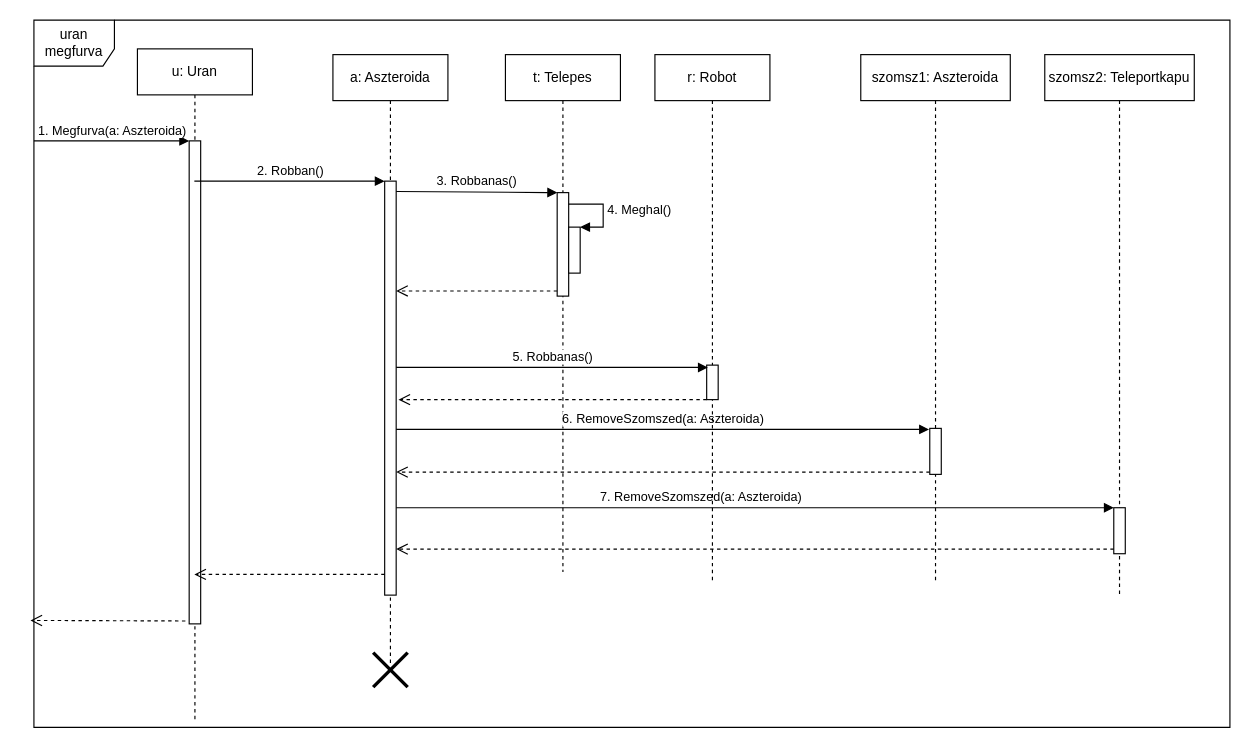
Earlier version of the draw.io diagram page "aszteroida robban" (2 of 5) of doc/szekvencia/szek_UranLerak.drawio (torpeBoiGo/aszteroidabanyaszat). Source tidied: cells renumbered, new cells numbered last; positions are measured from the earlier drawing's top-left corner, leaving out a move shared by most shapes. Both pictures are drawn from the tidied source at 115%, with x=0, y=0 at pixel (30, 20).
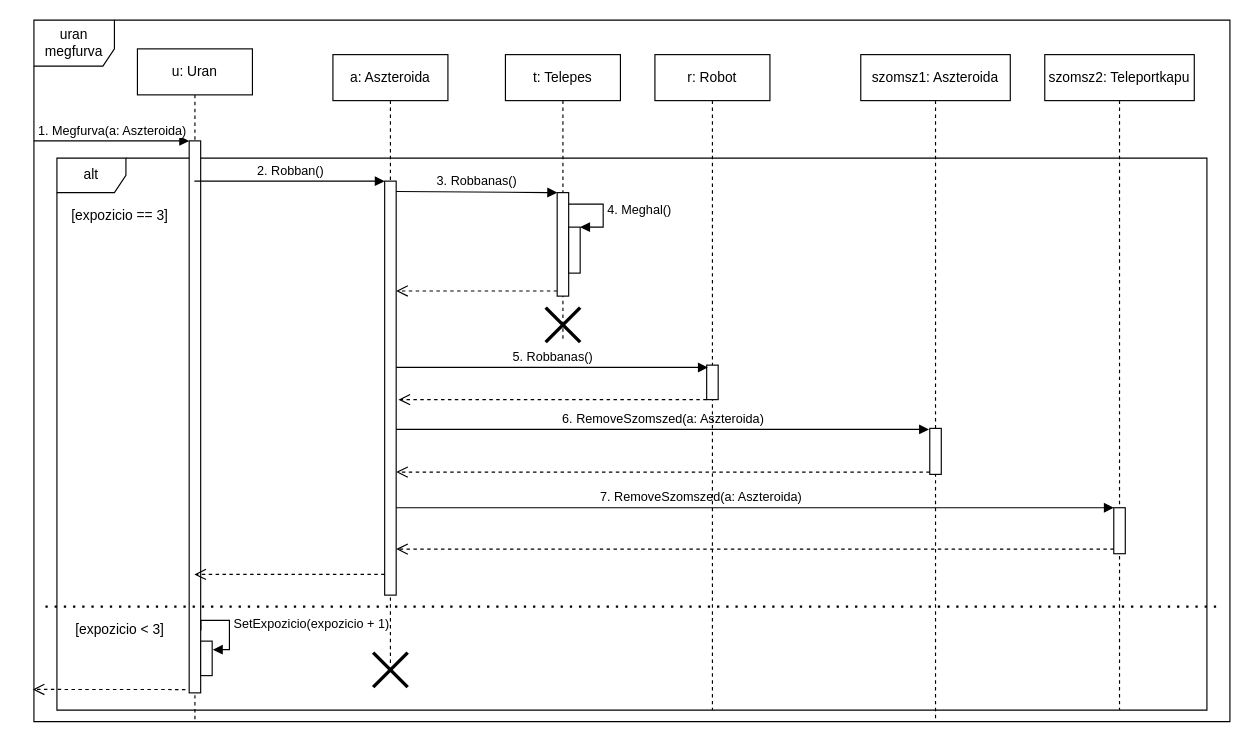
The same page after the edit.

The change refers to these unchanged cells:
```xml
<mxCell id="3" value="u: Uran" style="shape=umlLifeline;perimeter=lifelinePerimeter;whiteSpace=wrap;html=1;outlineConnect=0;" parent="1" vertex="1">
  <mxGeometry x="93" y="25" width="100" height="585" as="geometry" />
</mxCell>
```

Diff of the diagram source:
```diff
@@
     <mxCell id="2" value="uran megfurva" style="shape=umlFrame;whiteSpace=wrap;html=1;width=70;height=40;" parent="1" vertex="1">
-      <mxGeometry x="3" width="1040" height="615" as="geometry" />
+      <mxGeometry x="3" width="1040" height="610" as="geometry" />
     </mxCell>
+    <mxCell id="30" value="alt" style="shape=umlFrame;whiteSpace=wrap;html=1;" parent="1" vertex="1">
+      <mxGeometry x="23" y="120" width="1000" height="480" as="geometry" />
+    </mxCell>
@@
     <mxCell id="4" style="html=1;points=[];perimeter=orthogonalPerimeter;" parent="3" vertex="1">
-      <mxGeometry x="45" y="80" width="10" height="420" as="geometry" />
+      <mxGeometry x="45" y="80" width="10" height="480" as="geometry" />
     </mxCell>
@@
+    <mxCell id="31" style="html=1;points=[];perimeter=orthogonalPerimeter;" parent="3" vertex="1">
+      <mxGeometry x="55" y="515" width="10" height="30" as="geometry" />
+    </mxCell>
+    <mxCell id="32" value="SetExpozicio(expozicio + 1)" style="edgeStyle=orthogonalEdgeStyle;html=1;align=left;spacingLeft=2;endArrow=block;rounded=0;entryX=1.06;entryY=0.247;entryDx=0;entryDy=0;entryPerimeter=0;exitX=1.02;exitY=0.887;exitDx=0;exitDy=0;exitPerimeter=0;" parent="3" edge="1" source="4" target="31">
+      <mxGeometry relative="1" as="geometry">
+        <Array as="points">
+          <mxPoint x="80" y="497" />
+          <mxPoint x="80" y="522" />
+        </Array>
+      </mxGeometry>
+    </mxCell>
@@
     <mxCell id="11" value="t: Telepes" style="shape=umlLifeline;perimeter=lifelinePerimeter;whiteSpace=wrap;html=1;" parent="1" vertex="1">
-      <mxGeometry x="413" y="30" width="100" height="450" as="geometry" />
+      <mxGeometry x="413" y="30" width="100" height="250" as="geometry" />
     </mxCell>
@@
+    <mxCell id="33" style="shape=umlDestroy;whiteSpace=wrap;html=1;strokeWidth=3;" parent="11" vertex="1">
+      <mxGeometry x="35" y="220" width="30" height="30" as="geometry" />
+    </mxCell>
@@
     <mxCell id="19" value="szomsz2: Teleportkapu" style="shape=umlLifeline;perimeter=lifelinePerimeter;whiteSpace=wrap;html=1;" parent="1" vertex="1">
-      <mxGeometry x="882" y="30" width="130" height="470" as="geometry" />
+      <mxGeometry x="882" y="30" width="130" height="570" as="geometry" />
     </mxCell>
@@
     <mxCell id="21" value="szomsz1: Aszteroida" style="shape=umlLifeline;perimeter=lifelinePerimeter;whiteSpace=wrap;html=1;" parent="1" vertex="1">
-      <mxGeometry x="722" y="30" width="130" height="460" as="geometry" />
+      <mxGeometry x="722" y="30" width="130" height="580" as="geometry" />
     </mxCell>
@@
     <mxCell id="23" style="html=1;verticalAlign=bottom;endArrow=open;dashed=1;endSize=8;exitX=-0.329;exitY=0.994;exitDx=0;exitDy=0;exitPerimeter=0;" parent="1" edge="1" source="4">
       <mxGeometry relative="1" as="geometry">
-        <mxPoint y="522" as="targetPoint" />
+        <mxPoint x="2" y="582" as="targetPoint" />
       </mxGeometry>
     </mxCell>
@@
     <mxCell id="26" value="r: Robot" style="shape=umlLifeline;perimeter=lifelinePerimeter;whiteSpace=wrap;html=1;" parent="1" vertex="1">
-      <mxGeometry x="543" y="30" width="100" height="460" as="geometry" />
+      <mxGeometry x="543" y="30" width="100" height="570" as="geometry" />
     </mxCell>
@@
+    <mxCell id="34" value="[expozicio == 3]" style="text;html=1;strokeColor=none;fillColor=none;align=center;verticalAlign=middle;whiteSpace=wrap;rounded=0;" parent="1" vertex="1">
+      <mxGeometry x="33" y="160" width="90" height="20" as="geometry" />
+    </mxCell>
+    <mxCell id="35" value="[expozicio &amp;lt; 3]" style="text;html=1;strokeColor=none;fillColor=none;align=center;verticalAlign=middle;whiteSpace=wrap;rounded=0;" parent="1" vertex="1">
+      <mxGeometry x="33" y="520" width="90" height="20" as="geometry" />
+    </mxCell>
+    <mxCell id="36" style="endArrow=none;dashed=1;html=1;dashPattern=1 3;strokeWidth=2;" parent="1" edge="1">
+      <mxGeometry relative="1" as="geometry">
+        <mxPoint x="13" y="510" as="sourcePoint" />
+        <mxPoint x="1033" y="510" as="targetPoint" />
+      </mxGeometry>
+    </mxCell>
```
